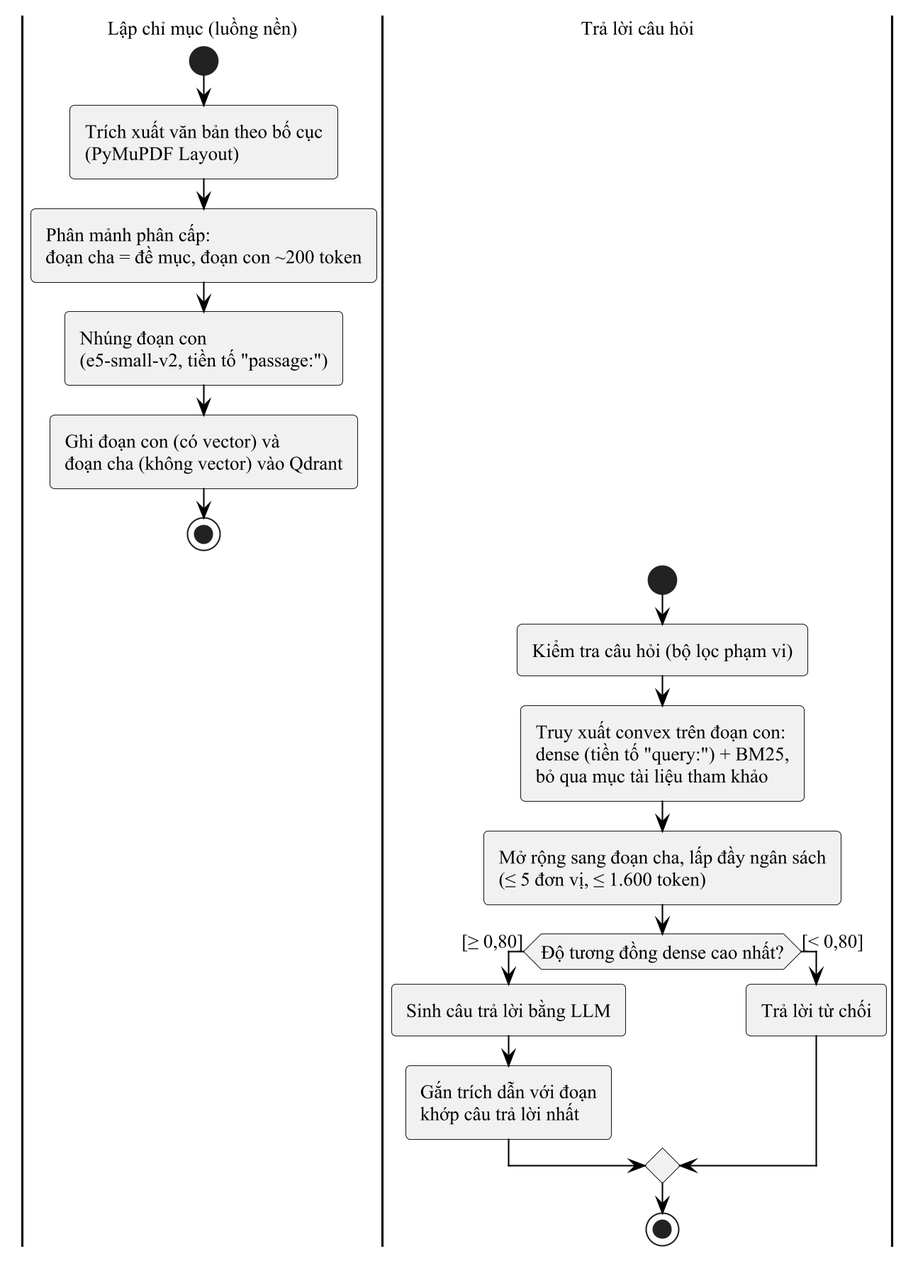
This is reports/thesis_figures/fig4_03_rag_activity.png from Scrowbin/science-document-viewer, a PlantUML export, as it was before one commit. Source of this version:
```plantuml
@startuml fig4_03_rag_activity
!include _style.iuml

|Lập chỉ mục (luồng nền)|
start
:Trích xuất văn bản theo bố cục\n(PyMuPDF Layout);
:Phân mảnh phân cấp:\nđoạn cha = đề mục, đoạn con ~200 token;
:Nhúng đoạn con\n(e5-small-v2, tiền tố "passage:");
:Ghi đoạn con (có vector) và\nđoạn cha (không vector) vào Qdrant;
stop

|Trả lời câu hỏi|
start
:Kiểm tra câu hỏi (bộ lọc phạm vi);
:Truy xuất convex trên đoạn con:\ndense (tiền tố "query:") + BM25,\nbỏ qua mục tài liệu tham khảo;
:Mở rộng sang đoạn cha, lấp đầy ngân sách\n(≤ 5 đơn vị, ≤ 1.600 token);
if (Độ tương đồng dense cao nhất?) then ([≥ 0,80])
  :Sinh câu trả lời bằng LLM;
  :Gắn trích dẫn với đoạn\nkhớp câu trả lời nhất;
else ([< 0,80])
  :Trả lời từ chối;
endif
stop
@enduml
```
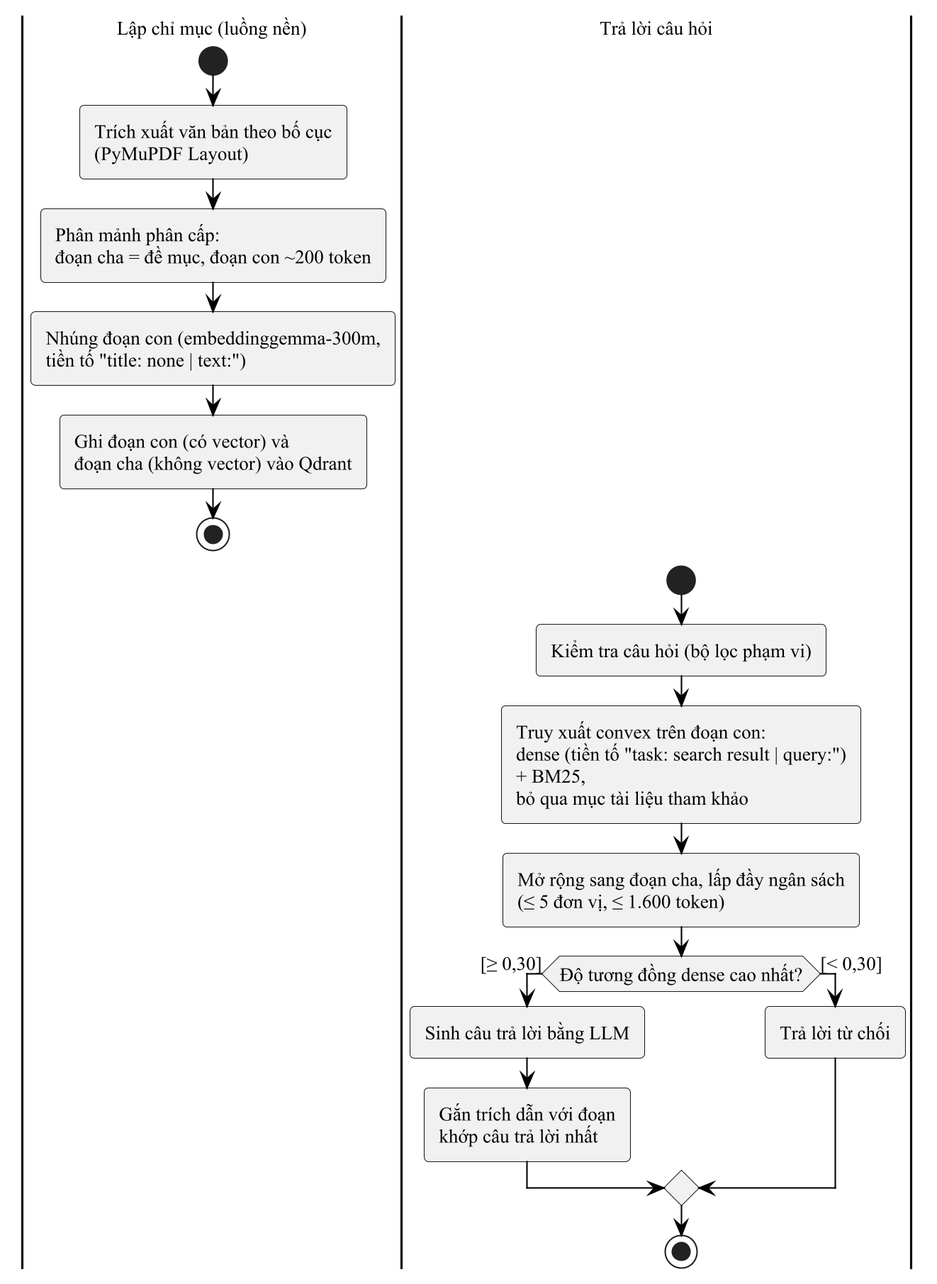
Later version of the same file.

Diff of the diagram source:
```diff
@@ -5,19 +5,19 @@
 start
 :Trích xuất văn bản theo bố cục\n(PyMuPDF Layout);
 :Phân mảnh phân cấp:\nđoạn cha = đề mục, đoạn con ~200 token;
-:Nhúng đoạn con\n(e5-small-v2, tiền tố "passage:");
+:Nhúng đoạn con (embeddinggemma-300m,\ntiền tố "title: none | text:");
 :Ghi đoạn con (có vector) và\nđoạn cha (không vector) vào Qdrant;
 stop
 
 |Trả lời câu hỏi|
 start
 :Kiểm tra câu hỏi (bộ lọc phạm vi);
-:Truy xuất convex trên đoạn con:\ndense (tiền tố "query:") + BM25,\nbỏ qua mục tài liệu tham khảo;
+:Truy xuất convex trên đoạn con:\ndense (tiền tố "task: search result | query:")\n+ BM25,\nbỏ qua mục tài liệu tham khảo;
 :Mở rộng sang đoạn cha, lấp đầy ngân sách\n(≤ 5 đơn vị, ≤ 1.600 token);
-if (Độ tương đồng dense cao nhất?) then ([≥ 0,80])
+if (Độ tương đồng dense cao nhất?) then ([≥ 0,30])
   :Sinh câu trả lời bằng LLM;
   :Gắn trích dẫn với đoạn\nkhớp câu trả lời nhất;
-else ([< 0,80])
+else ([< 0,30])
   :Trả lời từ chối;
 endif
 stop
```
